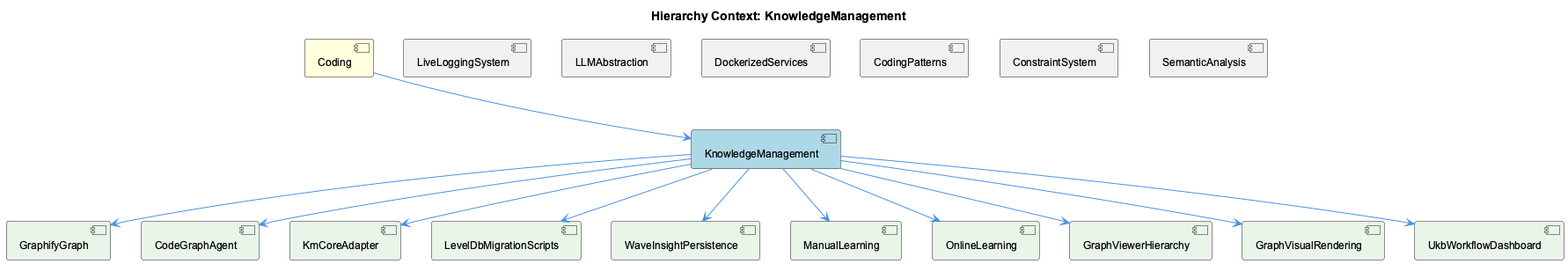
The PlantUML diagram knowledge-management/insights/images/knowledge-management-relationship.png in fwornle/coding, before a commit.
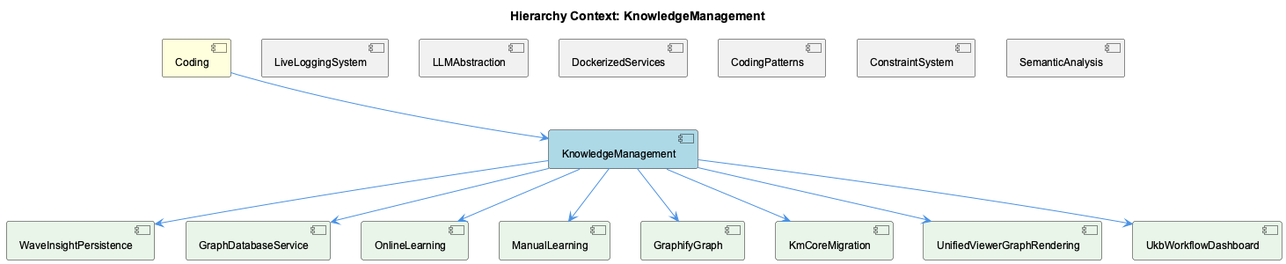
Above is the later version.

What changed in the source:
```diff
@@ -11,15 +11,13 @@
 [CodingPatterns] as coding_patterns #F0F0F0
 [ConstraintSystem] as constraint_system #F0F0F0
 [SemanticAnalysis] as semantic_analysis #F0F0F0
+[WaveInsightPersistence] as wave_insight_persistence #E8F5E8
+[GraphDatabaseService] as graph_database_service #E8F5E8
+[OnlineLearning] as online_learning #E8F5E8
+[ManualLearning] as manual_learning #E8F5E8
 [GraphifyGraph] as graphify_graph #E8F5E8
-[CodeGraphAgent] as code_graph_agent #E8F5E8
-[KmCoreAdapter] as km_core_adapter #E8F5E8
-[LevelDbMigrationScripts] as level_db_migration_scripts #E8F5E8
-[WaveInsightPersistence] as wave_insight_persistence #E8F5E8
-[ManualLearning] as manual_learning #E8F5E8
-[OnlineLearning] as online_learning #E8F5E8
-[GraphViewerHierarchy] as graph_viewer_hierarchy #E8F5E8
-[GraphVisualRendering] as graph_visual_rendering #E8F5E8
+[KmCoreMigration] as km_core_migration #E8F5E8
+[UnifiedViewerGraphRendering] as unified_viewer_graph_rendering #E8F5E8
 [UkbWorkflowDashboard] as ukb_workflow_dashboard #E8F5E8
 
 coding --> knowledge_management
@@ -29,15 +27,13 @@
 coding_patterns -[hidden]- knowledge_management
 constraint_system -[hidden]- knowledge_management
 semantic_analysis -[hidden]- knowledge_management
+knowledge_management --> wave_insight_persistence
+knowledge_management --> graph_database_service
+knowledge_management --> online_learning
+knowledge_management --> manual_learning
 knowledge_management --> graphify_graph
-knowledge_management --> code_graph_agent
-knowledge_management --> km_core_adapter
-knowledge_management --> level_db_migration_scripts
-knowledge_management --> wave_insight_persistence
-knowledge_management --> manual_learning
-knowledge_management --> online_learning
-knowledge_management --> graph_viewer_hierarchy
-knowledge_management --> graph_visual_rendering
+knowledge_management --> km_core_migration
+knowledge_management --> unified_viewer_graph_rendering
 knowledge_management --> ukb_workflow_dashboard
 
 @enduml
```
